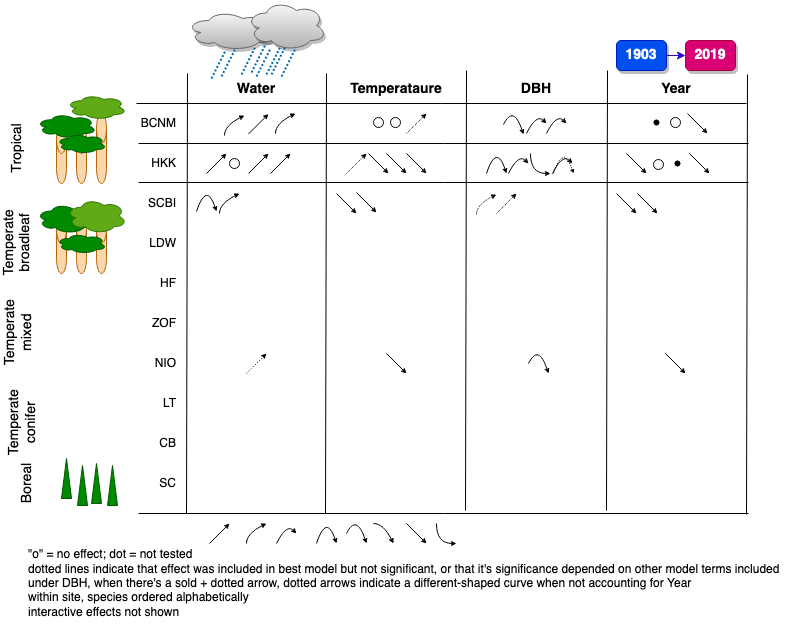
Before: doc/manuscript/tables_figures/SummaryFigure.png, a diagram exported from draw.io (EcoClimLab/ForestGEO-tree-rings). Source tidied: cells renumbered, new cells last; positions are measured from the earlier drawing's top-left corner, leaving out a move shared by most shapes.
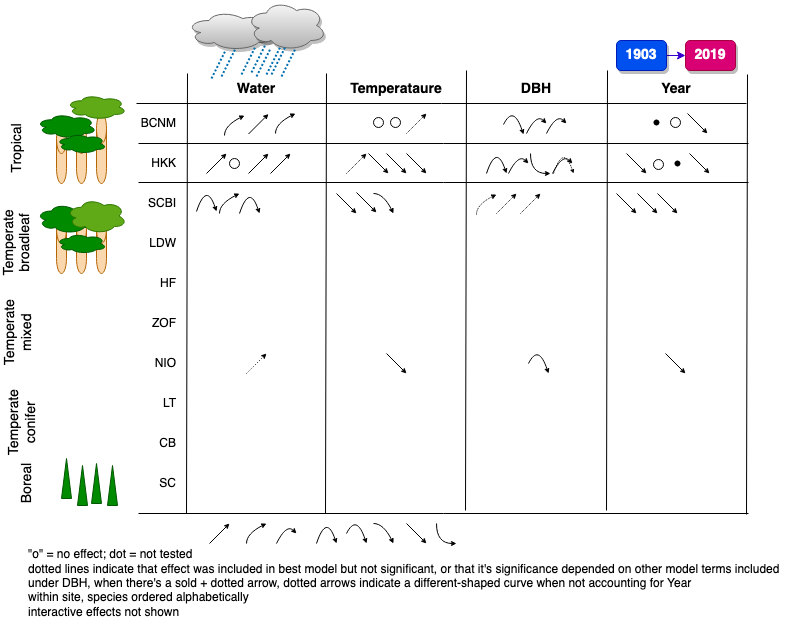
The same diagram one commit later.

The edit, as a diff of the source:
```diff
@@ -563,5 +563,35 @@
         </Array>
       </mxGeometry>
     </mxCell>
+    <mxCell id="110" style="endArrow=classic;html=1;dashed=1;dashPattern=1 1;endSize=3;" parent="1" edge="1">
+      <mxGeometry relative="1" as="geometry">
+        <mxPoint x="536" y="213" as="sourcePoint" />
+        <mxPoint x="556" y="193" as="targetPoint" />
+      </mxGeometry>
+    </mxCell>
+    <mxCell id="111" style="endArrow=classic;html=1;endSize=3;" parent="1" edge="1">
+      <mxGeometry relative="1" as="geometry">
+        <mxPoint x="673" y="193" as="sourcePoint" />
+        <mxPoint x="693" y="213" as="targetPoint" />
+      </mxGeometry>
+    </mxCell>
+    <mxCell id="112" style="curved=1;endArrow=classic;html=1;endSize=3;" parent="1" edge="1">
+      <mxGeometry relative="1" as="geometry">
+        <mxPoint x="389" y="193" as="sourcePoint" />
+        <mxPoint x="409" y="213" as="targetPoint" />
+        <Array as="points">
+          <mxPoint x="399" y="193" />
+        </Array>
+      </mxGeometry>
+    </mxCell>
+    <mxCell id="113" style="curved=1;endArrow=classic;html=1;endSize=3;" parent="1" edge="1">
+      <mxGeometry relative="1" as="geometry">
+        <mxPoint x="255" y="213" as="sourcePoint" />
+        <mxPoint x="275" y="213" as="targetPoint" />
+        <Array as="points">
+          <mxPoint x="265" y="183" />
+        </Array>
+      </mxGeometry>
+    </mxCell>
   </root>
 </mxGraphModel>
```
